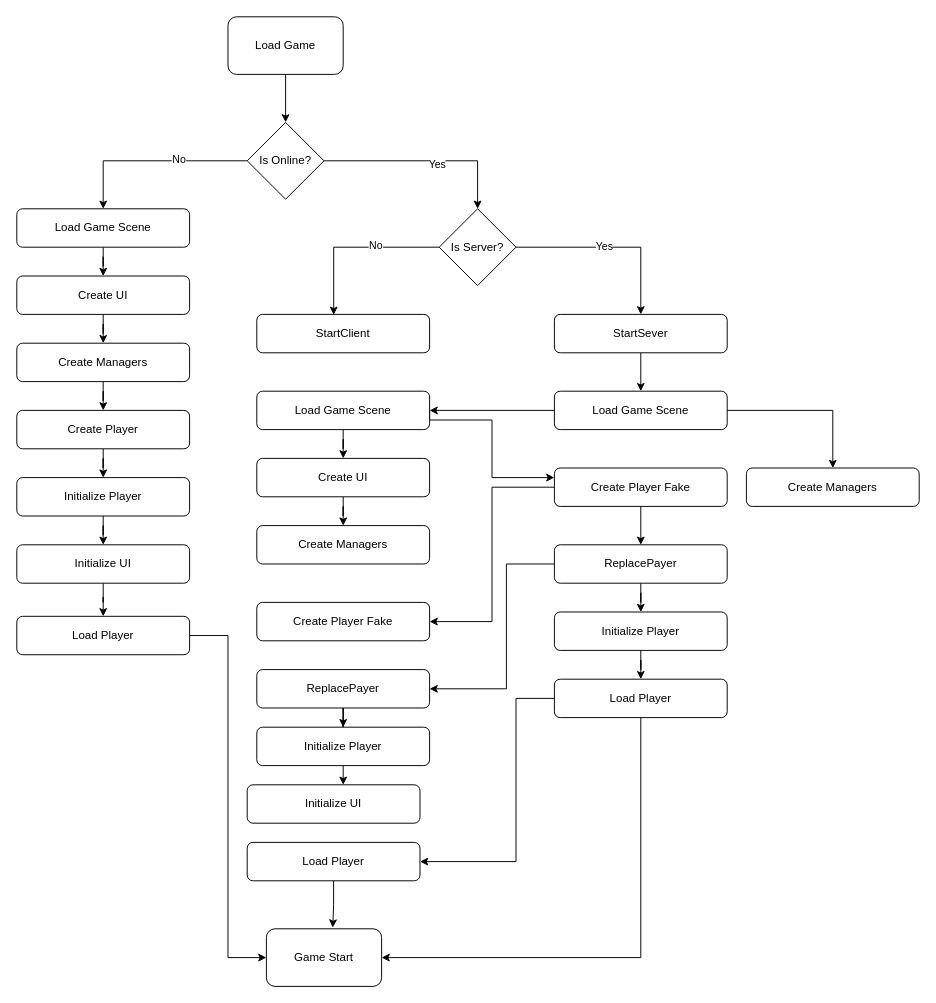
Earlier version of the draw.io diagram Diagrams/Game Load.drawio (andrex903/OdenFlow). Source tidied: cells renumbered, new cells numbered last; positions are measured from the earlier drawing's top-left corner, leaving out a move shared by most shapes. Both pictures are drawn from the tidied source at 96%, with x=0, y=0 at pixel (16, 16).
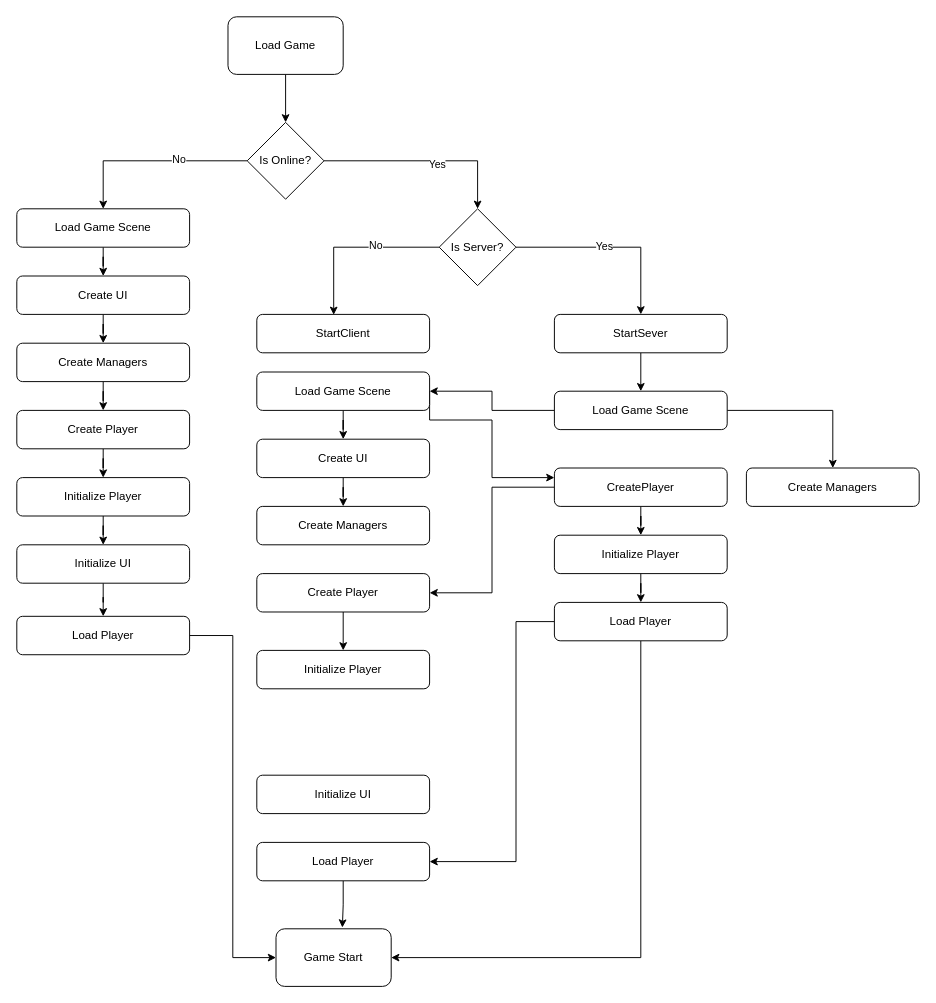
After the change.

What changed in the source:
```diff
@@
     <mxCell id="19" value="Game Start" style="rounded=1;whiteSpace=wrap;html=1;" parent="1" vertex="1">
-      <mxGeometry x="260" y="950" width="120" height="60" as="geometry" />
+      <mxGeometry x="270" y="950" width="120" height="60" as="geometry" />
     </mxCell>
@@
     <mxCell id="36" value="Create UI" style="rounded=1;whiteSpace=wrap;html=1;" parent="1" vertex="1">
-      <mxGeometry x="250" y="460" width="180" height="40" as="geometry" />
+      <mxGeometry x="250" y="440" width="180" height="40" as="geometry" />
     </mxCell>
     <mxCell id="37" value="Create Managers" style="rounded=1;whiteSpace=wrap;html=1;" parent="1" vertex="1">
-      <mxGeometry x="250" y="530" width="180" height="40" as="geometry" />
+      <mxGeometry x="250" y="510" width="180" height="40" as="geometry" />
     </mxCell>
@@
     <mxCell id="40" value="Load Game Scene" style="rounded=1;whiteSpace=wrap;html=1;" parent="1" vertex="1">
-      <mxGeometry x="250" y="390" width="180" height="40" as="geometry" />
+      <mxGeometry x="250" y="370" width="180" height="40" as="geometry" />
     </mxCell>
@@
-    <mxCell id="43" style="edgeStyle=orthogonalEdgeStyle;rounded=0;jettySize=auto;html=1;" parent="1" edge="1" source="44" target="48">
+    <mxCell id="43" style="edgeStyle=orthogonalEdgeStyle;rounded=0;jettySize=auto;html=1;entryX=0.5;entryY=0;entryDx=0;entryDy=0;" parent="1" edge="1" source="44" target="60">
       <mxGeometry relative="1" as="geometry" />
     </mxCell>
-    <mxCell id="44" value="Create Player Fake" style="rounded=1;whiteSpace=wrap;html=1;" parent="1" vertex="1">
+    <mxCell id="44" value="CreatePlayer" style="rounded=1;whiteSpace=wrap;html=1;" parent="1" vertex="1">
       <mxGeometry x="560" y="470" width="180" height="40" as="geometry" />
     </mxCell>
+    <mxCell id="61" style="edgeStyle=orthogonalEdgeStyle;rounded=0;jettySize=auto;html=1;entryX=0.5;entryY=0;entryDx=0;entryDy=0;" parent="1" edge="1" source="45" target="58">
+      <mxGeometry relative="1" as="geometry" />
+    </mxCell>
-    <mxCell id="45" value="Create Player Fake" style="rounded=1;whiteSpace=wrap;html=1;" parent="1" vertex="1">
-      <mxGeometry x="250" y="610" width="180" height="40" as="geometry" />
+    <mxCell id="45" value="Create Player" style="rounded=1;whiteSpace=wrap;html=1;" parent="1" vertex="1">
+      <mxGeometry x="250" y="580" width="180" height="40" as="geometry" />
     </mxCell>
-    <mxCell id="46" style="edgeStyle=orthogonalEdgeStyle;rounded=0;jettySize=auto;html=1;entryX=1;entryY=0.5;entryDx=0;entryDy=0;" parent="1" edge="1" source="48" target="50">
-      <mxGeometry relative="1" as="geometry">
-        <Array as="points">
-          <mxPoint x="510" y="570" />
-          <mxPoint x="510" y="700" />
-        </Array>
-      </mxGeometry>
-    </mxCell>
-    <mxCell id="47" style="edgeStyle=orthogonalEdgeStyle;rounded=0;jettySize=auto;html=1;entryX=0.5;entryY=0;entryDx=0;entryDy=0;" parent="1" edge="1" source="48" target="60">
-      <mxGeometry relative="1" as="geometry" />
-    </mxCell>
-    <mxCell id="48" value="ReplacePayer" style="rounded=1;whiteSpace=wrap;html=1;" parent="1" vertex="1">
-      <mxGeometry x="560" y="550" width="180" height="40" as="geometry" />
-    </mxCell>
-    <mxCell id="49" style="edgeStyle=orthogonalEdgeStyle;rounded=0;jettySize=auto;html=1;entryX=0.5;entryY=0;entryDx=0;entryDy=0;" parent="1" edge="1" source="50" target="58">
-      <mxGeometry relative="1" as="geometry" />
-    </mxCell>
-    <mxCell id="50" value="ReplacePayer" style="rounded=1;whiteSpace=wrap;html=1;" parent="1" vertex="1">
-      <mxGeometry x="250" y="680" width="180" height="40" as="geometry" />
-    </mxCell>
     <mxCell id="51" value="Initialize UI" style="rounded=1;whiteSpace=wrap;html=1;" parent="1" vertex="1">
-      <mxGeometry x="240" y="800" width="180" height="40" as="geometry" />
+      <mxGeometry x="250" y="790" width="180" height="40" as="geometry" />
     </mxCell>
     <mxCell id="52" style="edgeStyle=orthogonalEdgeStyle;rounded=0;jettySize=auto;html=1;entryX=1;entryY=0.5;entryDx=0;entryDy=0;" parent="1" edge="1" source="54" target="56">
       <mxGeometry relative="1" as="geometry">
         <Array as="points">
-          <mxPoint x="520" y="710" />
+          <mxPoint x="520" y="630" />
           <mxPoint x="520" y="880" />
         </Array>
       </mxGeometry>
     </mxCell>
@@
     <mxCell id="54" value="Load Player" style="rounded=1;whiteSpace=wrap;html=1;" parent="1" vertex="1">
-      <mxGeometry x="560" y="690" width="180" height="40" as="geometry" />
+      <mxGeometry x="560" y="610" width="180" height="40" as="geometry" />
     </mxCell>
@@
     <mxCell id="56" value="Load Player" style="rounded=1;whiteSpace=wrap;html=1;" parent="1" vertex="1">
-      <mxGeometry x="240" y="860" width="180" height="40" as="geometry" />
+      <mxGeometry x="250" y="860" width="180" height="40" as="geometry" />
     </mxCell>
-    <mxCell id="57" style="edgeStyle=orthogonalEdgeStyle;rounded=0;jettySize=auto;html=1;entryX=0.556;entryY=0.01;entryDx=0;entryDy=0;entryPerimeter=0;" parent="1" edge="1" source="58" target="51">
-      <mxGeometry relative="1" as="geometry" />
-    </mxCell>
     <mxCell id="58" value="Initialize Player" style="rounded=1;whiteSpace=wrap;html=1;" parent="1" vertex="1">
-      <mxGeometry x="250" y="740" width="180" height="40" as="geometry" />
+      <mxGeometry x="250" y="660" width="180" height="40" as="geometry" />
     </mxCell>
@@
     <mxCell id="60" value="Initialize Player" style="rounded=1;whiteSpace=wrap;html=1;" parent="1" vertex="1">
-      <mxGeometry x="560" y="620" width="180" height="40" as="geometry" />
+      <mxGeometry x="560" y="540" width="180" height="40" as="geometry" />
     </mxCell>
```
